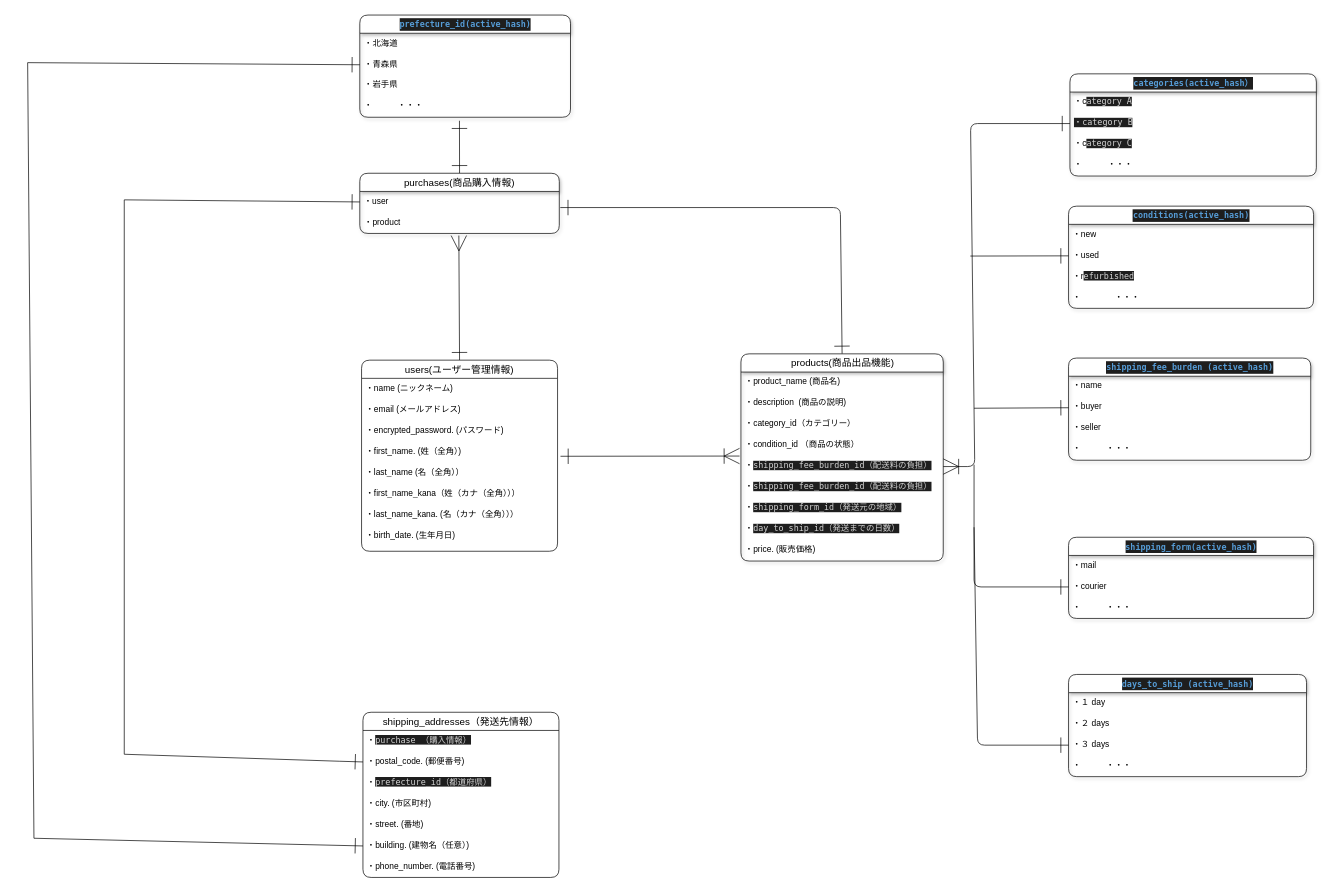
Above: .dio in yoshi19841116/furima-39202 (draw.io), before the change. Source tidied: cells renumbered, new cells numbered last; positions are measured from the earlier drawing's top-left corner, leaving out a move shared by most shapes. Both pictures are drawn from the tidied source at 70%, with x=0, y=0 at pixel (27, 15).
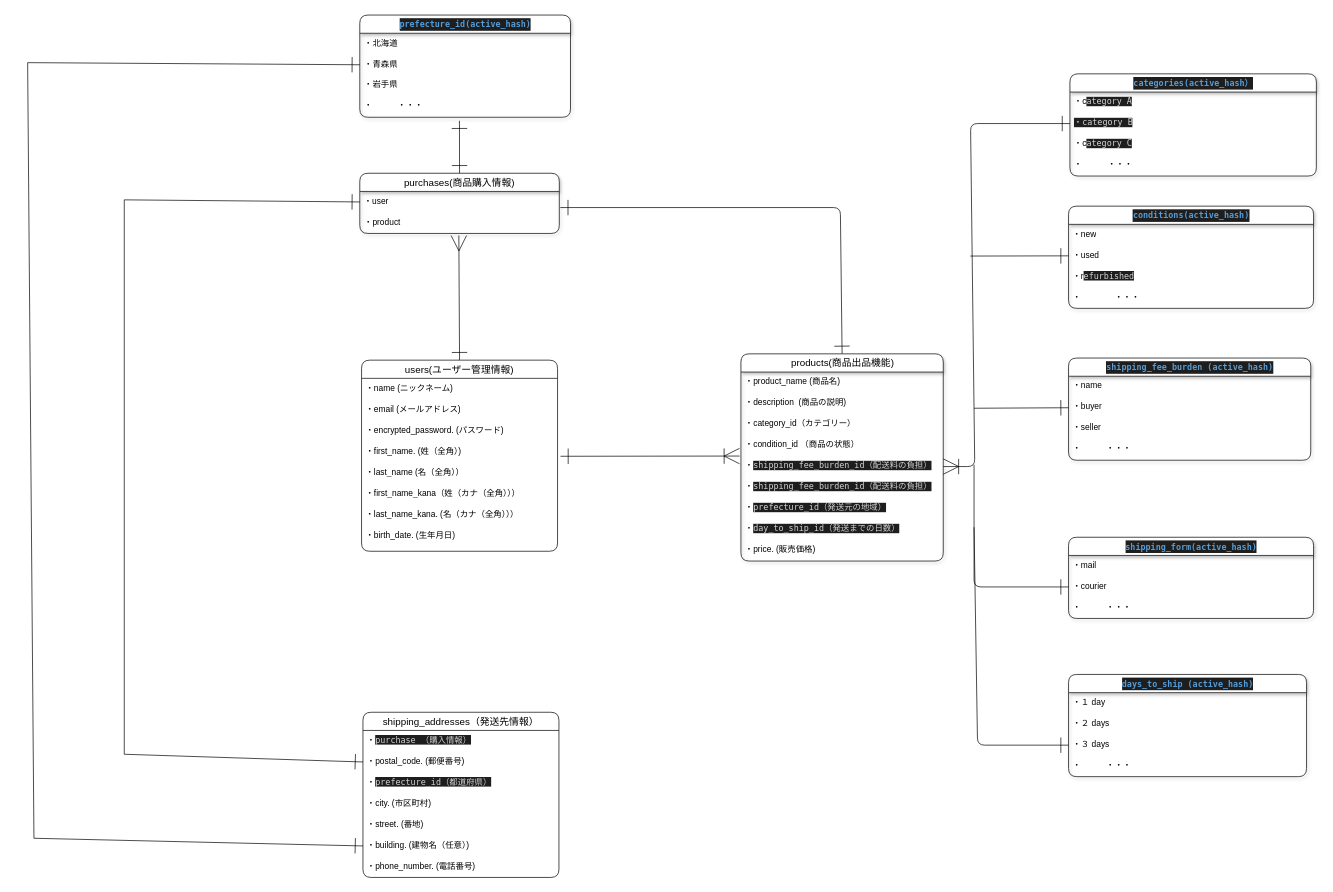
After the change.

Commit message (it also covers changes not shown here):
データベース設計の修正７

The change refers to these unchanged cells:
```xml
<mxCell id="26" value="products(商品出品機能)" style="swimlane;fontStyle=0;horizontal=1;startSize=26;align=center;fontSize=14;shadow=1;html=1;rounded=1;" parent="1" vertex="1">
  <mxGeometry x="1019" y="484" width="289" height="296" as="geometry" />
</mxCell>
```

Diff of the diagram source:
```diff
@@
-    <mxCell id="33" value="・&lt;span style=&quot;background-color: rgb(30, 30, 30); color: rgb(212, 212, 212); font-family: Menlo, Monaco, &amp;quot;Courier New&amp;quot;, monospace;&quot;&gt;shipping_form_id（発送元の地域）&lt;/span&gt;" style="text;strokeColor=none;fillColor=none;spacingLeft=4;spacingRight=4;overflow=hidden;fontSize=12;shadow=1;html=1;rounded=1;" parent="26" vertex="1">
+    <mxCell id="33" value="・&lt;span style=&quot;background-color: rgb(30, 30, 30); color: rgb(212, 212, 212); font-family: Menlo, Monaco, &amp;quot;Courier New&amp;quot;, monospace;&quot;&gt;prefecture_id&lt;/span&gt;&lt;span style=&quot;background-color: rgb(30, 30, 30); color: rgb(212, 212, 212); font-family: Menlo, Monaco, &amp;quot;Courier New&amp;quot;, monospace;&quot;&gt;（発送元の地域）&lt;/span&gt;" style="text;strokeColor=none;fillColor=none;spacingLeft=4;spacingRight=4;overflow=hidden;fontSize=12;shadow=1;html=1;rounded=1;" parent="26" vertex="1">
       <mxGeometry y="206" width="289" height="30" as="geometry" />
     </mxCell>
```
